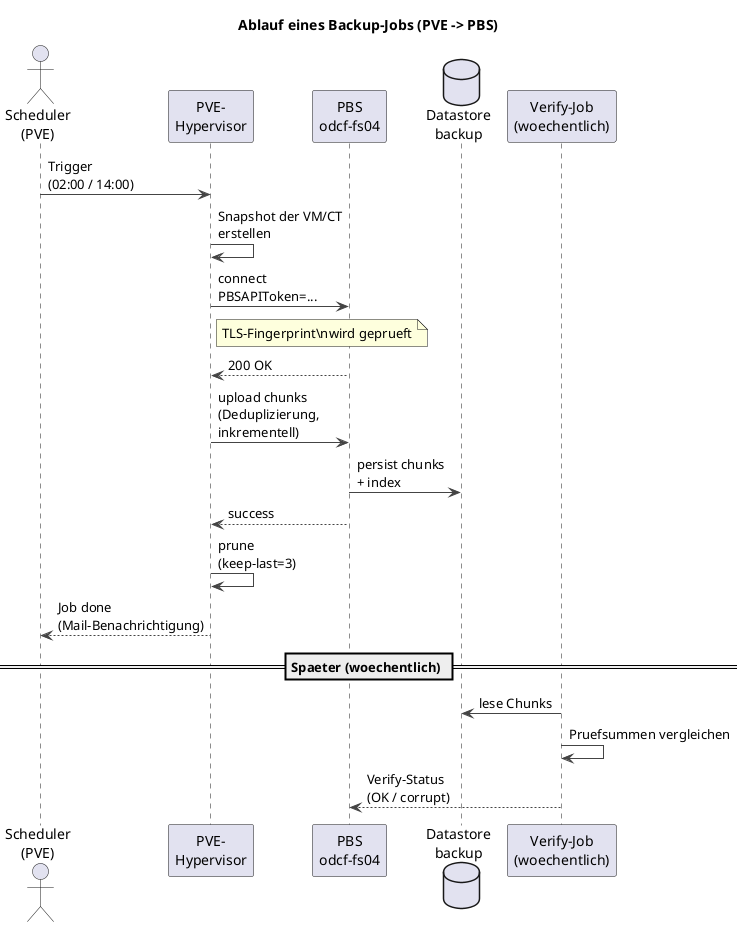
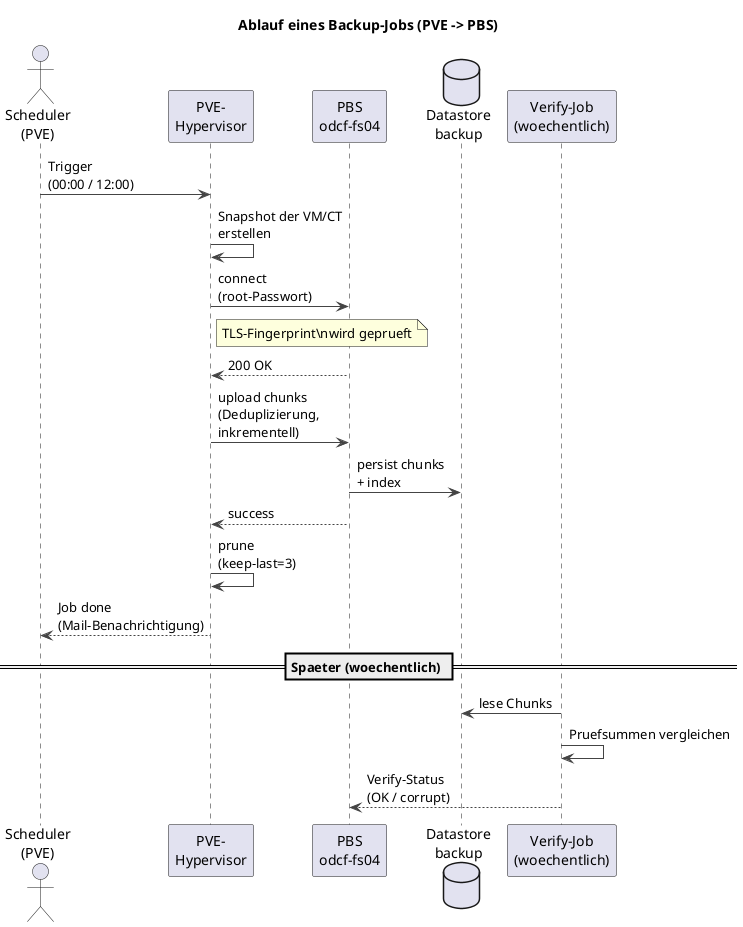
@startuml backup-sequence
title Ablauf eines Backup-Jobs (PVE -> PBS)

skinparam shadowing false
skinparam SequenceArrowColor #444444
skinparam DefaultFontName "Helvetica"

actor "Scheduler\n(PVE)" as sched
participant "PVE-\nHypervisor" as pve
participant "PBS\nodcf-fs04" as pbs
database "Datastore\nbackup" as ds
participant "Verify-Job\n(woechentlich)" as verify

- sched -> pve : Trigger\n(02:00 / 14:00)
+ sched -> pve : Trigger\n(00:00 / 12:00)
pve -> pve : Snapshot der VM/CT\nerstellen
- pve -> pbs : connect\nPBSAPIToken=...
+ pve -> pbs : connect\n(root-Passwort)
note right of pve
  TLS-Fingerprint\nwird geprueft
end note
pbs --> pve : 200 OK
pve -> pbs : upload chunks\n(Deduplizierung,\ninkrementell)
pbs -> ds : persist chunks\n+ index
pbs --> pve : success
pve -> pve : prune\n(keep-last=3)
pve --> sched : Job done\n(Mail-Benachrichtigung)

== Spaeter (woechentlich) ==
verify -> ds : lese Chunks
verify -> verify : Pruefsummen vergleichen
verify --> pbs : Verify-Status\n(OK / corrupt)

@enduml
